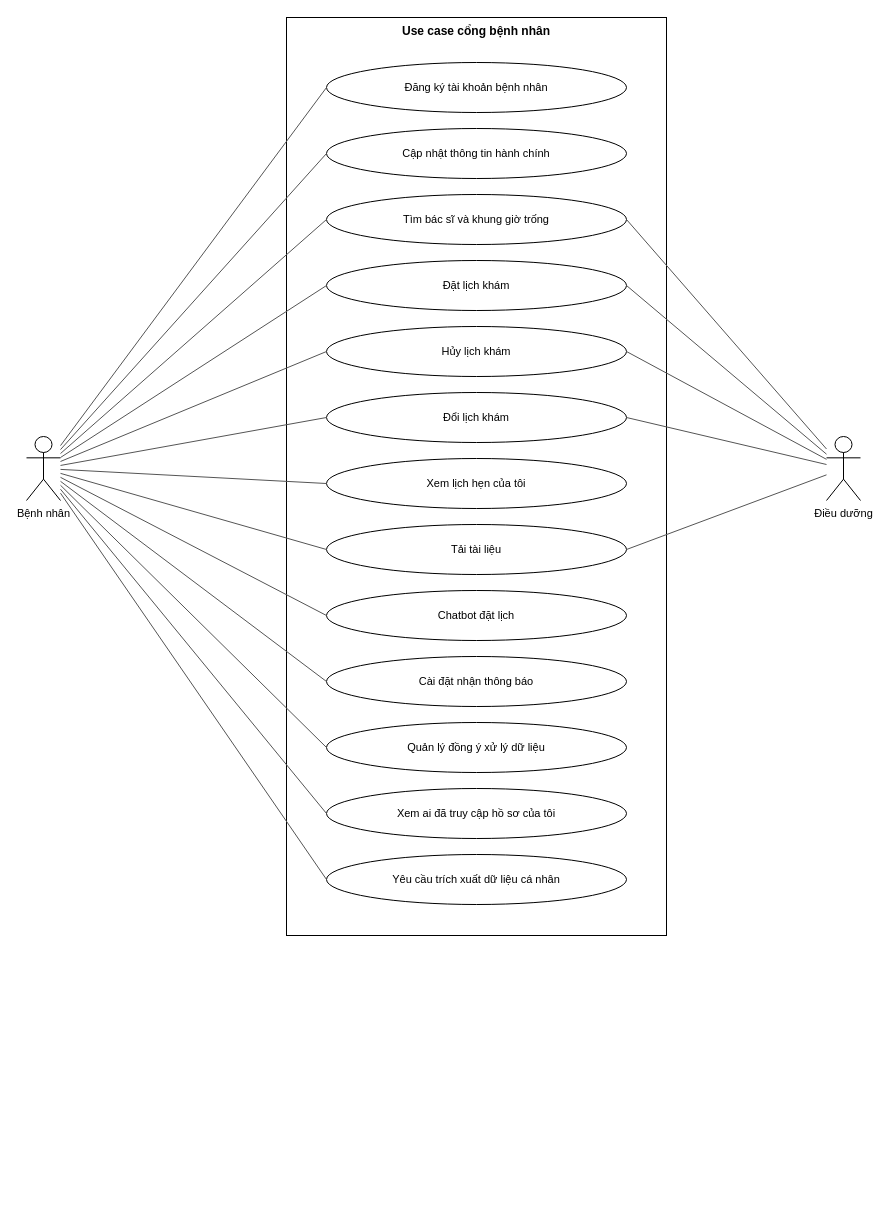
Above: page "Use case cổng bệnh nhân" (1 of 6) of docs/02-requirements/srs/dist/diagrams/04-use-case-diagrams.drawio in viethung12062005/smart-hospital-platform (draw.io), before the change. Source tidied: cells renumbered, new cells numbered last; positions are measured from the earlier drawing's top-left corner, leaving out a move shared by most shapes. Both pictures are drawn from the tidied source at 100%, with x=0, y=0 at pixel (26, 17).
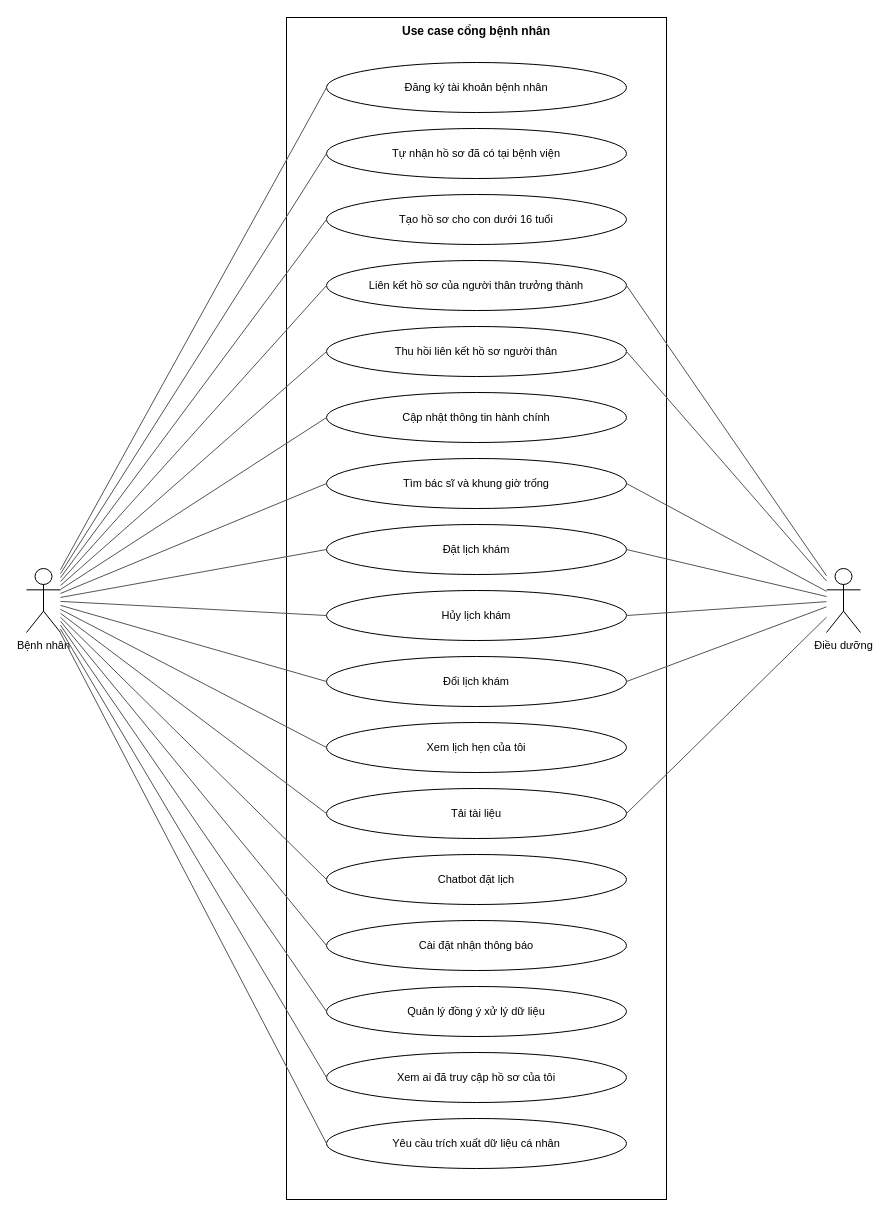
The same page after the edit.

Unchanged cells that the change refers to:
```xml
<mxCell id="3" value="Đăng ký tài khoản bệnh nhân" style="ellipse;whiteSpace=wrap;html=1;fontSize=11;" parent="1" vertex="1">
  <mxGeometry x="300" y="45" width="300" height="50" as="geometry" />
</mxCell>
```

Diff of the diagram source:
```diff
@@
     <mxCell id="2" value="&lt;b&gt;Use case cổng bệnh nhân&lt;/b&gt;" style="rounded=0;whiteSpace=wrap;html=1;verticalAlign=top;fillColor=none;" parent="1" vertex="1">
-      <mxGeometry x="260" width="380" height="918" as="geometry" />
+      <mxGeometry x="260" width="380" height="1182" as="geometry" />
     </mxCell>
@@
-    <mxCell id="4" value="Cập nhật thông tin hành chính" style="ellipse;whiteSpace=wrap;html=1;fontSize=11;" parent="1" vertex="1">
+    <mxCell id="4" value="Tự nhận hồ sơ đã có tại bệnh viện" style="ellipse;whiteSpace=wrap;html=1;fontSize=11;" parent="1" vertex="1">
       <mxGeometry x="300" y="111" width="300" height="50" as="geometry" />
     </mxCell>
-    <mxCell id="5" value="Tìm bác sĩ và khung giờ trống" style="ellipse;whiteSpace=wrap;html=1;fontSize=11;" parent="1" vertex="1">
+    <mxCell id="5" value="Tạo hồ sơ cho con dưới 16 tuổi" style="ellipse;whiteSpace=wrap;html=1;fontSize=11;" parent="1" vertex="1">
       <mxGeometry x="300" y="177" width="300" height="50" as="geometry" />
     </mxCell>
-    <mxCell id="6" value="Đặt lịch khám" style="ellipse;whiteSpace=wrap;html=1;fontSize=11;" parent="1" vertex="1">
+    <mxCell id="6" value="Liên kết hồ sơ của người thân trưởng thành" style="ellipse;whiteSpace=wrap;html=1;fontSize=11;" parent="1" vertex="1">
       <mxGeometry x="300" y="243" width="300" height="50" as="geometry" />
     </mxCell>
-    <mxCell id="7" value="Hủy lịch khám" style="ellipse;whiteSpace=wrap;html=1;fontSize=11;" parent="1" vertex="1">
+    <mxCell id="7" value="Thu hồi liên kết hồ sơ người thân" style="ellipse;whiteSpace=wrap;html=1;fontSize=11;" parent="1" vertex="1">
       <mxGeometry x="300" y="309" width="300" height="50" as="geometry" />
     </mxCell>
-    <mxCell id="8" value="Đổi lịch khám" style="ellipse;whiteSpace=wrap;html=1;fontSize=11;" parent="1" vertex="1">
+    <mxCell id="8" value="Cập nhật thông tin hành chính" style="ellipse;whiteSpace=wrap;html=1;fontSize=11;" parent="1" vertex="1">
       <mxGeometry x="300" y="375" width="300" height="50" as="geometry" />
     </mxCell>
-    <mxCell id="9" value="Xem lịch hẹn của tôi" style="ellipse;whiteSpace=wrap;html=1;fontSize=11;" parent="1" vertex="1">
+    <mxCell id="9" value="Tìm bác sĩ và khung giờ trống" style="ellipse;whiteSpace=wrap;html=1;fontSize=11;" parent="1" vertex="1">
       <mxGeometry x="300" y="441" width="300" height="50" as="geometry" />
     </mxCell>
-    <mxCell id="10" value="Tải tài liệu" style="ellipse;whiteSpace=wrap;html=1;fontSize=11;" parent="1" vertex="1">
+    <mxCell id="10" value="Đặt lịch khám" style="ellipse;whiteSpace=wrap;html=1;fontSize=11;" parent="1" vertex="1">
       <mxGeometry x="300" y="507" width="300" height="50" as="geometry" />
     </mxCell>
-    <mxCell id="11" value="Chatbot đặt lịch" style="ellipse;whiteSpace=wrap;html=1;fontSize=11;" parent="1" vertex="1">
+    <mxCell id="11" value="Hủy lịch khám" style="ellipse;whiteSpace=wrap;html=1;fontSize=11;" parent="1" vertex="1">
       <mxGeometry x="300" y="573" width="300" height="50" as="geometry" />
     </mxCell>
-    <mxCell id="12" value="Cài đặt nhận thông báo" style="ellipse;whiteSpace=wrap;html=1;fontSize=11;" parent="1" vertex="1">
+    <mxCell id="12" value="Đổi lịch khám" style="ellipse;whiteSpace=wrap;html=1;fontSize=11;" parent="1" vertex="1">
       <mxGeometry x="300" y="639" width="300" height="50" as="geometry" />
     </mxCell>
-    <mxCell id="13" value="Quản lý đồng ý xử lý dữ liệu" style="ellipse;whiteSpace=wrap;html=1;fontSize=11;" parent="1" vertex="1">
+    <mxCell id="13" value="Xem lịch hẹn của tôi" style="ellipse;whiteSpace=wrap;html=1;fontSize=11;" parent="1" vertex="1">
       <mxGeometry x="300" y="705" width="300" height="50" as="geometry" />
     </mxCell>
-    <mxCell id="14" value="Xem ai đã truy cập hồ sơ của tôi" style="ellipse;whiteSpace=wrap;html=1;fontSize=11;" parent="1" vertex="1">
+    <mxCell id="14" value="Tải tài liệu" style="ellipse;whiteSpace=wrap;html=1;fontSize=11;" parent="1" vertex="1">
       <mxGeometry x="300" y="771" width="300" height="50" as="geometry" />
     </mxCell>
-    <mxCell id="15" value="Yêu cầu trích xuất dữ liệu cá nhân" style="ellipse;whiteSpace=wrap;html=1;fontSize=11;" parent="1" vertex="1">
+    <mxCell id="15" value="Chatbot đặt lịch" style="ellipse;whiteSpace=wrap;html=1;fontSize=11;" parent="1" vertex="1">
       <mxGeometry x="300" y="837" width="300" height="50" as="geometry" />
     </mxCell>
-    <mxCell id="16" value="Bệnh nhân" style="shape=umlActor;verticalLabelPosition=bottom;verticalAlign=top;html=1;outlineConnect=0;fontSize=11;" parent="1" vertex="1">
-      <mxGeometry y="419" width="34" height="64" as="geometry" />
+    <mxCell id="16" value="Cài đặt nhận thông báo" style="ellipse;whiteSpace=wrap;html=1;fontSize=11;" parent="1" vertex="1">
+      <mxGeometry x="300" y="903" width="300" height="50" as="geometry" />
     </mxCell>
-    <mxCell id="17" value="Điều dưỡng" style="shape=umlActor;verticalLabelPosition=bottom;verticalAlign=top;html=1;outlineConnect=0;fontSize=11;" parent="1" vertex="1">
-      <mxGeometry x="800" y="419" width="34" height="64" as="geometry" />
+    <mxCell id="17" value="Quản lý đồng ý xử lý dữ liệu" style="ellipse;whiteSpace=wrap;html=1;fontSize=11;" parent="1" vertex="1">
+      <mxGeometry x="300" y="969" width="300" height="50" as="geometry" />
     </mxCell>
-    <mxCell id="18" style="endArrow=none;html=1;rounded=0;strokeColor=#555555;entryDx=0;entryDy=0;entryX=0;entryY=0.5;" parent="1" edge="1" source="16" target="5">
-      <mxGeometry relative="1" as="geometry" />
+    <mxCell id="18" value="Xem ai đã truy cập hồ sơ của tôi" style="ellipse;whiteSpace=wrap;html=1;fontSize=11;" parent="1" vertex="1">
+      <mxGeometry x="300" y="1035" width="300" height="50" as="geometry" />
     </mxCell>
-    <mxCell id="19" style="endArrow=none;html=1;rounded=0;strokeColor=#555555;entryDx=0;entryDy=0;entryX=1;entryY=0.5;" parent="1" edge="1" source="17" target="5">
-      <mxGeometry relative="1" as="geometry" />
+    <mxCell id="19" value="Yêu cầu trích xuất dữ liệu cá nhân" style="ellipse;whiteSpace=wrap;html=1;fontSize=11;" parent="1" vertex="1">
+      <mxGeometry x="300" y="1101" width="300" height="50" as="geometry" />
     </mxCell>
-    <mxCell id="20" style="endArrow=none;html=1;rounded=0;strokeColor=#555555;entryDx=0;entryDy=0;entryX=0;entryY=0.5;" parent="1" edge="1" source="16" target="6">
-      <mxGeometry relative="1" as="geometry" />
+    <mxCell id="20" value="Bệnh nhân" style="shape=umlActor;verticalLabelPosition=bottom;verticalAlign=top;html=1;outlineConnect=0;fontSize=11;" parent="1" vertex="1">
+      <mxGeometry y="551" width="34" height="64" as="geometry" />
     </mxCell>
-    <mxCell id="21" style="endArrow=none;html=1;rounded=0;strokeColor=#555555;entryDx=0;entryDy=0;entryX=1;entryY=0.5;" parent="1" edge="1" source="17" target="6">
-      <mxGeometry relative="1" as="geometry" />
+    <mxCell id="21" value="Điều dưỡng" style="shape=umlActor;verticalLabelPosition=bottom;verticalAlign=top;html=1;outlineConnect=0;fontSize=11;" parent="1" vertex="1">
+      <mxGeometry x="800" y="551" width="34" height="64" as="geometry" />
     </mxCell>
-    <mxCell id="22" style="endArrow=none;html=1;rounded=0;strokeColor=#555555;entryDx=0;entryDy=0;entryX=0;entryY=0.5;" parent="1" edge="1" source="16" target="7">
+    <mxCell id="22" style="endArrow=none;html=1;rounded=0;strokeColor=#555555;entryDx=0;entryDy=0;entryX=0;entryY=0.5;" parent="1" edge="1" source="20" target="9">
       <mxGeometry relative="1" as="geometry" />
     </mxCell>
-    <mxCell id="23" style="endArrow=none;html=1;rounded=0;strokeColor=#555555;entryDx=0;entryDy=0;entryX=1;entryY=0.5;" parent="1" edge="1" source="17" target="7">
+    <mxCell id="23" style="endArrow=none;html=1;rounded=0;strokeColor=#555555;entryDx=0;entryDy=0;entryX=1;entryY=0.5;" parent="1" edge="1" source="21" target="9">
       <mxGeometry relative="1" as="geometry" />
     </mxCell>
-    <mxCell id="24" style="endArrow=none;html=1;rounded=0;strokeColor=#555555;entryDx=0;entryDy=0;entryX=0;entryY=0.5;" parent="1" edge="1" source="16" target="8">
+    <mxCell id="24" style="endArrow=none;html=1;rounded=0;strokeColor=#555555;entryDx=0;entryDy=0;entryX=0;entryY=0.5;" parent="1" edge="1" source="20" target="10">
       <mxGeometry relative="1" as="geometry" />
     </mxCell>
-    <mxCell id="25" style="endArrow=none;html=1;rounded=0;strokeColor=#555555;entryDx=0;entryDy=0;entryX=1;entryY=0.5;" parent="1" edge="1" source="17" target="8">
+    <mxCell id="25" style="endArrow=none;html=1;rounded=0;strokeColor=#555555;entryDx=0;entryDy=0;entryX=1;entryY=0.5;" parent="1" edge="1" source="21" target="10">
       <mxGeometry relative="1" as="geometry" />
     </mxCell>
-    <mxCell id="26" style="endArrow=none;html=1;rounded=0;strokeColor=#555555;entryDx=0;entryDy=0;entryX=0;entryY=0.5;" parent="1" edge="1" source="16" target="9">
+    <mxCell id="26" style="endArrow=none;html=1;rounded=0;strokeColor=#555555;entryDx=0;entryDy=0;entryX=0;entryY=0.5;" parent="1" edge="1" source="20" target="11">
       <mxGeometry relative="1" as="geometry" />
     </mxCell>
-    <mxCell id="27" style="endArrow=none;html=1;rounded=0;strokeColor=#555555;entryDx=0;entryDy=0;entryX=0;entryY=0.5;" parent="1" edge="1" source="16" target="3">
+    <mxCell id="27" style="endArrow=none;html=1;rounded=0;strokeColor=#555555;entryDx=0;entryDy=0;entryX=1;entryY=0.5;" parent="1" edge="1" source="21" target="11">
       <mxGeometry relative="1" as="geometry" />
     </mxCell>
-    <mxCell id="28" style="endArrow=none;html=1;rounded=0;strokeColor=#555555;entryDx=0;entryDy=0;entryX=0;entryY=0.5;" parent="1" edge="1" source="16" target="4">
+    <mxCell id="28" style="endArrow=none;html=1;rounded=0;strokeColor=#555555;entryDx=0;entryDy=0;entryX=0;entryY=0.5;" parent="1" edge="1" source="20" target="12">
       <mxGeometry relative="1" as="geometry" />
     </mxCell>
-    <mxCell id="29" style="endArrow=none;html=1;rounded=0;strokeColor=#555555;entryDx=0;entryDy=0;entryX=0;entryY=0.5;" parent="1" edge="1" source="16" target="10">
+    <mxCell id="29" style="endArrow=none;html=1;rounded=0;strokeColor=#555555;entryDx=0;entryDy=0;entryX=1;entryY=0.5;" parent="1" edge="1" source="21" target="12">
       <mxGeometry relative="1" as="geometry" />
     </mxCell>
-    <mxCell id="30" style="endArrow=none;html=1;rounded=0;strokeColor=#555555;entryDx=0;entryDy=0;entryX=1;entryY=0.5;" parent="1" edge="1" source="17" target="10">
+    <mxCell id="30" style="endArrow=none;html=1;rounded=0;strokeColor=#555555;entryDx=0;entryDy=0;entryX=0;entryY=0.5;" parent="1" edge="1" source="20" target="13">
       <mxGeometry relative="1" as="geometry" />
     </mxCell>
-    <mxCell id="31" style="endArrow=none;html=1;rounded=0;strokeColor=#555555;entryDx=0;entryDy=0;entryX=0;entryY=0.5;" parent="1" edge="1" source="16" target="11">
+    <mxCell id="31" style="endArrow=none;html=1;rounded=0;strokeColor=#555555;entryDx=0;entryDy=0;entryX=0;entryY=0.5;" parent="1" edge="1" source="20" target="3">
       <mxGeometry relative="1" as="geometry" />
     </mxCell>
-    <mxCell id="32" style="endArrow=none;html=1;rounded=0;strokeColor=#555555;entryDx=0;entryDy=0;entryX=0;entryY=0.5;" parent="1" edge="1" source="16" target="14">
+    <mxCell id="32" style="endArrow=none;html=1;rounded=0;strokeColor=#555555;entryDx=0;entryDy=0;entryX=0;entryY=0.5;" parent="1" edge="1" source="20" target="4">
       <mxGeometry relative="1" as="geometry" />
     </mxCell>
-    <mxCell id="33" style="endArrow=none;html=1;rounded=0;strokeColor=#555555;entryDx=0;entryDy=0;entryX=0;entryY=0.5;" parent="1" edge="1" source="16" target="13">
+    <mxCell id="33" style="endArrow=none;html=1;rounded=0;strokeColor=#555555;entryDx=0;entryDy=0;entryX=0;entryY=0.5;" parent="1" edge="1" source="20" target="5">
       <mxGeometry relative="1" as="geometry" />
     </mxCell>
-    <mxCell id="34" style="endArrow=none;html=1;rounded=0;strokeColor=#555555;entryDx=0;entryDy=0;entryX=0;entryY=0.5;" parent="1" edge="1" source="16" target="15">
+    <mxCell id="34" style="endArrow=none;html=1;rounded=0;strokeColor=#555555;entryDx=0;entryDy=0;entryX=0;entryY=0.5;" parent="1" edge="1" source="20" target="6">
       <mxGeometry relative="1" as="geometry" />
     </mxCell>
-    <mxCell id="35" style="endArrow=none;html=1;rounded=0;strokeColor=#555555;entryDx=0;entryDy=0;entryX=0;entryY=0.5;" parent="1" edge="1" source="16" target="12">
+    <mxCell id="35" style="endArrow=none;html=1;rounded=0;strokeColor=#555555;entryDx=0;entryDy=0;entryX=1;entryY=0.5;" parent="1" edge="1" source="21" target="6">
       <mxGeometry relative="1" as="geometry" />
     </mxCell>
+    <mxCell id="36" style="endArrow=none;html=1;rounded=0;strokeColor=#555555;entryDx=0;entryDy=0;entryX=0;entryY=0.5;" parent="1" edge="1" source="20" target="7">
+      <mxGeometry relative="1" as="geometry" />
+    </mxCell>
+    <mxCell id="37" style="endArrow=none;html=1;rounded=0;strokeColor=#555555;entryDx=0;entryDy=0;entryX=1;entryY=0.5;" parent="1" edge="1" source="21" target="7">
+      <mxGeometry relative="1" as="geometry" />
+    </mxCell>
+    <mxCell id="38" style="endArrow=none;html=1;rounded=0;strokeColor=#555555;entryDx=0;entryDy=0;entryX=0;entryY=0.5;" parent="1" edge="1" source="20" target="8">
+      <mxGeometry relative="1" as="geometry" />
+    </mxCell>
+    <mxCell id="39" style="endArrow=none;html=1;rounded=0;strokeColor=#555555;entryDx=0;entryDy=0;entryX=0;entryY=0.5;" parent="1" edge="1" source="20" target="14">
+      <mxGeometry relative="1" as="geometry" />
+    </mxCell>
+    <mxCell id="40" style="endArrow=none;html=1;rounded=0;strokeColor=#555555;entryDx=0;entryDy=0;entryX=1;entryY=0.5;" parent="1" edge="1" source="21" target="14">
+      <mxGeometry relative="1" as="geometry" />
+    </mxCell>
+    <mxCell id="41" style="endArrow=none;html=1;rounded=0;strokeColor=#555555;entryDx=0;entryDy=0;entryX=0;entryY=0.5;" parent="1" edge="1" source="20" target="15">
+      <mxGeometry relative="1" as="geometry" />
+    </mxCell>
+    <mxCell id="42" style="endArrow=none;html=1;rounded=0;strokeColor=#555555;entryDx=0;entryDy=0;entryX=0;entryY=0.5;" parent="1" edge="1" source="20" target="18">
+      <mxGeometry relative="1" as="geometry" />
+    </mxCell>
+    <mxCell id="43" style="endArrow=none;html=1;rounded=0;strokeColor=#555555;entryDx=0;entryDy=0;entryX=0;entryY=0.5;" parent="1" edge="1" source="20" target="17">
+      <mxGeometry relative="1" as="geometry" />
+    </mxCell>
+    <mxCell id="44" style="endArrow=none;html=1;rounded=0;strokeColor=#555555;entryDx=0;entryDy=0;entryX=0;entryY=0.5;" parent="1" edge="1" source="20" target="19">
+      <mxGeometry relative="1" as="geometry" />
+    </mxCell>
+    <mxCell id="45" style="endArrow=none;html=1;rounded=0;strokeColor=#555555;entryDx=0;entryDy=0;entryX=0;entryY=0.5;" parent="1" edge="1" source="20" target="16">
+      <mxGeometry relative="1" as="geometry" />
+    </mxCell>
```
